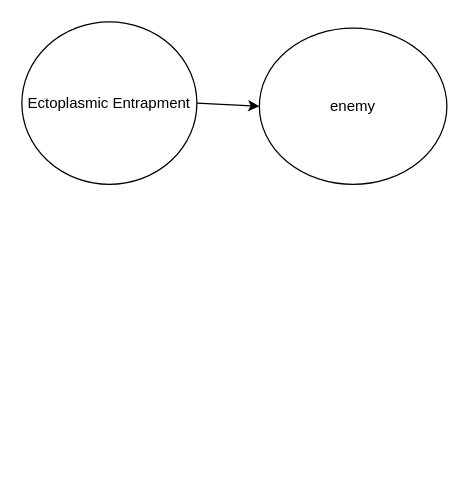
Above: Untitled Diagram.drawio in Teemursu/GNOJ8_odd_controls (draw.io), before the change. Source tidied: cells renumbered, new cells numbered last; positions are measured from the earlier drawing's top-left corner, leaving out a move shared by most shapes. Both pictures are drawn from the tidied source at 125%, with x=0, y=0 at pixel (21, 21).
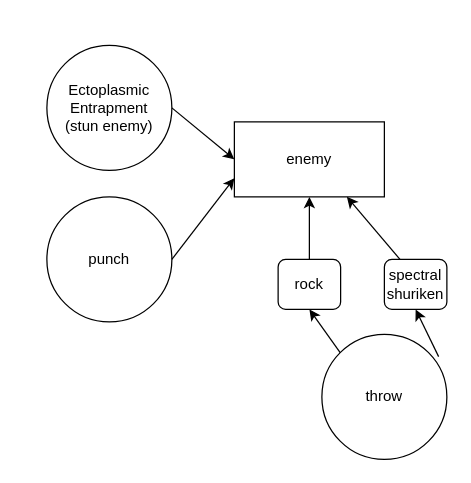
Above is the later version.

Commit message:
basic moveset design

Change to the diagram source:
```diff
@@
 <mxGraphModel>
   <root>
     <mxCell id="0" />
     <mxCell id="1" parent="0" />
-    <mxCell id="2" value="Ectoplasmic Entrapment&lt;br&gt;" style="ellipse;whiteSpace=wrap;html=1;" parent="1" vertex="1">
-      <mxGeometry width="140" height="130" as="geometry" />
+    <mxCell id="2" value="punch" style="ellipse;whiteSpace=wrap;html=1;" parent="1" vertex="1">
+      <mxGeometry x="20" y="140" width="100" height="100" as="geometry" />
     </mxCell>
+    <mxCell id="4" style="endArrow=classic;html=1;rounded=0;exitX=1;exitY=0.5;exitDx=0;exitDy=0;entryX=0;entryY=0.75;entryDx=0;entryDy=0;" parent="1" edge="1" source="2" target="3">
+      <mxGeometry relative="1" as="geometry" />
+    </mxCell>
+    <mxCell id="5" value="Ectoplasmic Entrapment&lt;br&gt;(stun enemy)" style="ellipse;whiteSpace=wrap;html=1;" parent="1" vertex="1">
+      <mxGeometry x="20" y="18.8" width="100" height="100" as="geometry" />
+    </mxCell>
-    <mxCell id="3" value="enemy&lt;br&gt;" style="ellipse;whiteSpace=wrap;html=1;" parent="1" vertex="1">
-      <mxGeometry x="190" y="5" width="150" height="125" as="geometry" />
+    <mxCell id="3" value="enemy" style="rounded=0;whiteSpace=wrap;html=1;" parent="1" vertex="1">
+      <mxGeometry x="170" y="80" width="120" height="60" as="geometry" />
     </mxCell>
-    <mxCell id="4" style="endArrow=classic;html=1;rounded=0;exitX=1;exitY=0.5;exitDx=0;exitDy=0;entryX=0;entryY=0.5;entryDx=0;entryDy=0;" parent="1" edge="1" source="2" target="3">
-      <mxGeometry relative="1" as="geometry" />
-    </mxCell>
+    <mxCell id="6" style="endArrow=classic;html=1;rounded=0;exitX=1;exitY=0.5;exitDx=0;exitDy=0;entryX=0;entryY=0.5;entryDx=0;entryDy=0;" parent="1" edge="1" source="5" target="3">
+      <mxGeometry relative="1" as="geometry" />
+    </mxCell>
+    <mxCell id="7" value="throw&lt;br&gt;" style="ellipse;whiteSpace=wrap;html=1;" parent="1" vertex="1">
+      <mxGeometry x="240" y="250" width="100" height="100" as="geometry" />
+    </mxCell>
+    <mxCell id="8" style="endArrow=classic;html=1;rounded=0;exitX=0.934;exitY=0.178;exitDx=0;exitDy=0;exitPerimeter=0;entryX=0.5;entryY=1;entryDx=0;entryDy=0;" parent="1" edge="1" source="7" target="9">
+      <mxGeometry relative="1" as="geometry" />
+    </mxCell>
+    <mxCell id="9" value="spectral&lt;br&gt;shuriken" style="rounded=1;whiteSpace=wrap;html=1;" parent="1" vertex="1">
+      <mxGeometry x="290" y="190" width="50" height="40" as="geometry" />
+    </mxCell>
+    <mxCell id="10" value="rock" style="rounded=1;whiteSpace=wrap;html=1;" parent="1" vertex="1">
+      <mxGeometry x="205" y="190" width="50" height="40" as="geometry" />
+    </mxCell>
+    <mxCell id="11" style="endArrow=classic;html=1;rounded=0;exitX=0;exitY=0;exitDx=0;exitDy=0;entryX=0.5;entryY=1;entryDx=0;entryDy=0;" parent="1" edge="1" source="7" target="10">
+      <mxGeometry relative="1" as="geometry" />
+    </mxCell>
+    <mxCell id="12" style="endArrow=classic;html=1;rounded=0;entryX=0.5;entryY=1;entryDx=0;entryDy=0;exitX=0.5;exitY=0;exitDx=0;exitDy=0;" parent="1" edge="1" source="10" target="3">
+      <mxGeometry relative="1" as="geometry" />
+    </mxCell>
+    <mxCell id="13" style="endArrow=classic;html=1;rounded=0;exitX=0.25;exitY=0;exitDx=0;exitDy=0;entryX=0.75;entryY=1;entryDx=0;entryDy=0;" parent="1" edge="1" source="9" target="3">
+      <mxGeometry relative="1" as="geometry" />
+    </mxCell>
   </root>
 </mxGraphModel>
```
